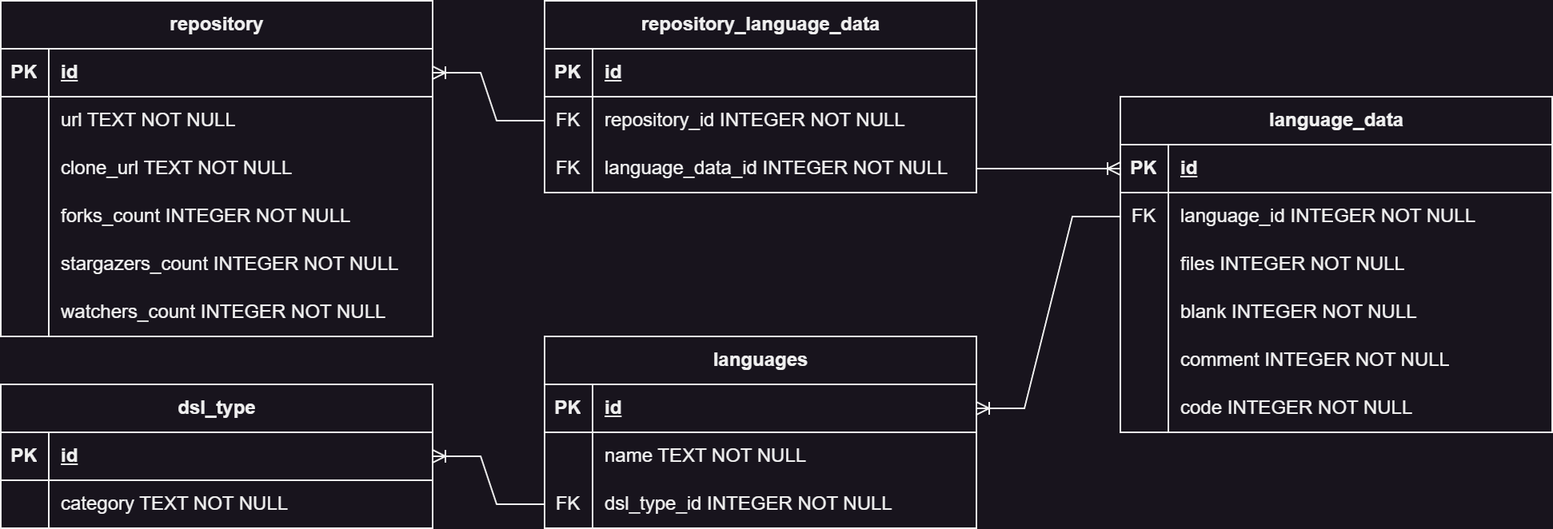
Above: connector/db_schema/db.png in aVorotnikov/dsl_analyzer (draw.io), before the change. Source tidied: cells renumbered, new cells last; positions are measured from the earlier drawing's top-left corner, leaving out a move shared by most shapes.
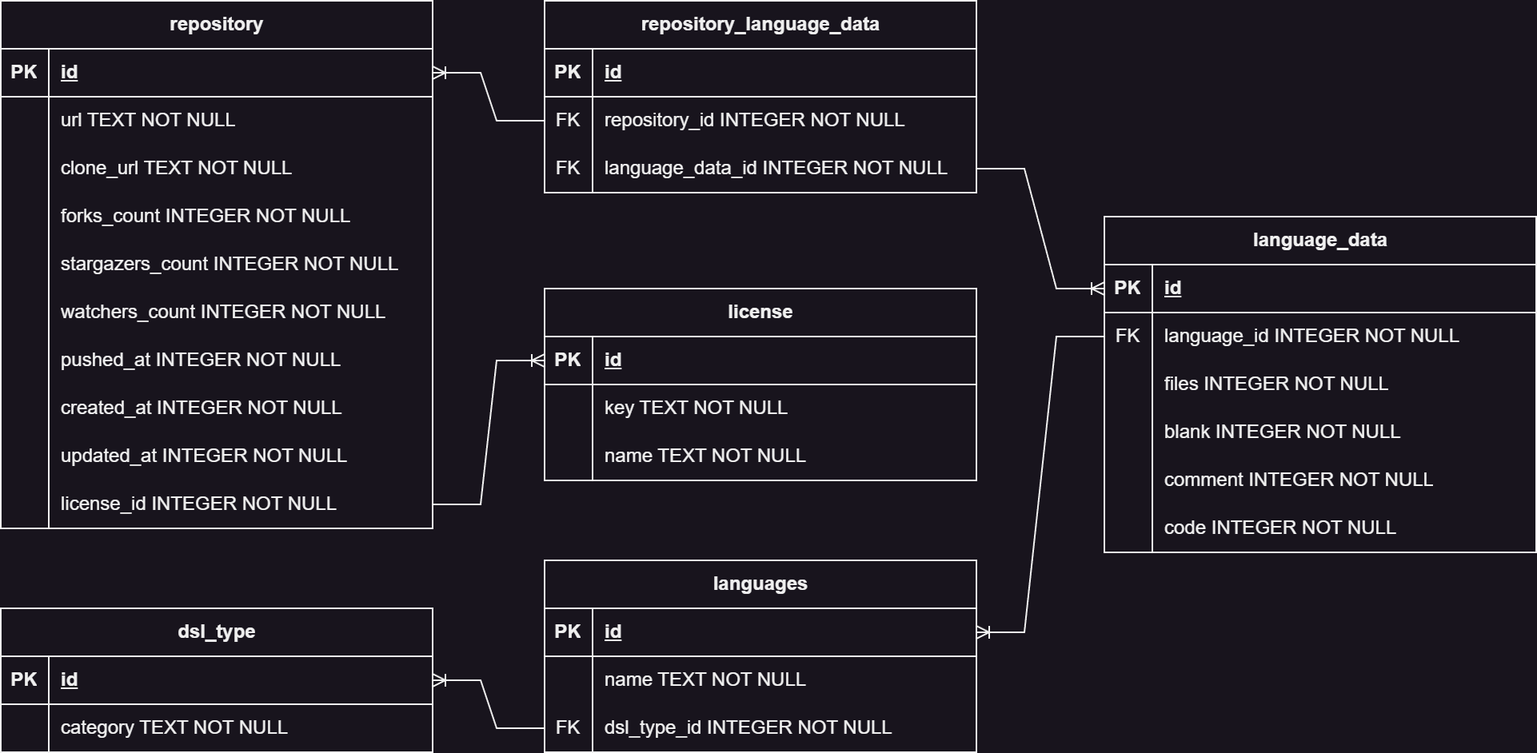
The same file after the commit.

Change to the diagram source:
```diff
@@ -3,7 +3,7 @@
     <mxCell id="0" />
     <mxCell id="1" parent="0" />
     <mxCell id="2" value="dsl_type" style="shape=table;startSize=30;rowLines=0;fontStyle=1;align=center;html=1;" parent="1" vertex="1">
-      <mxGeometry y="240" width="270" height="90" as="geometry" />
+      <mxGeometry y="380" width="270" height="90" as="geometry" />
     </mxCell>
     <mxCell id="3" style="shape=tableRow;horizontal=0;startSize=0;swimlaneHead=0;swimlaneBody=0;fillColor=none;points=[[0,0.5],[1,0.5]];portConstraint=eastwest;top=0;left=0;right=0;bottom=1;" parent="2" vertex="1">
       <mxGeometry y="30" width="270" height="30" as="geometry" />
@@ -24,7 +24,7 @@
       <mxGeometry x="30" width="240" height="30" as="geometry" />
     </mxCell>
     <mxCell id="9" value="languages" style="shape=table;startSize=30;rowLines=0;fontStyle=1;align=center;html=1;" parent="1" vertex="1">
-      <mxGeometry x="340" y="210" width="270" height="120" as="geometry" />
+      <mxGeometry x="340" y="350" width="270" height="120" as="geometry" />
     </mxCell>
     <mxCell id="10" style="shape=tableRow;horizontal=0;startSize=0;swimlaneHead=0;swimlaneBody=0;fillColor=none;points=[[0,0.5],[1,0.5]];portConstraint=eastwest;top=0;left=0;right=0;bottom=1;" parent="9" vertex="1">
       <mxGeometry y="30" width="270" height="30" as="geometry" />
@@ -57,7 +57,7 @@
       <mxGeometry relative="1" as="geometry" />
     </mxCell>
     <mxCell id="20" value="language_data" style="shape=table;startSize=30;rowLines=0;fontStyle=1;align=center;html=1;" parent="1" vertex="1">
-      <mxGeometry x="700" y="60" width="270" height="210" as="geometry" />
+      <mxGeometry x="690" y="135" width="270" height="210" as="geometry" />
     </mxCell>
     <mxCell id="21" style="shape=tableRow;horizontal=0;startSize=0;swimlaneHead=0;swimlaneBody=0;fillColor=none;points=[[0,0.5],[1,0.5]];portConstraint=eastwest;top=0;left=0;right=0;bottom=1;" parent="20" vertex="1">
       <mxGeometry y="30" width="270" height="30" as="geometry" />
@@ -122,7 +122,7 @@
       </mxGeometry>
     </mxCell>
     <mxCell id="40" value="repository" style="shape=table;startSize=30;rowLines=0;fontStyle=1;align=center;html=1;" parent="1" vertex="1">
-      <mxGeometry width="270" height="210" as="geometry" />
+      <mxGeometry width="270" height="330" as="geometry" />
     </mxCell>
     <mxCell id="41" style="shape=tableRow;horizontal=0;startSize=0;swimlaneHead=0;swimlaneBody=0;fillColor=none;points=[[0,0.5],[1,0.5]];portConstraint=eastwest;top=0;left=0;right=0;bottom=1;" parent="40" vertex="1">
       <mxGeometry y="30" width="270" height="30" as="geometry" />
@@ -178,6 +178,42 @@
     <mxCell id="58" value="watchers_count INTEGER NOT NULL" style="shape=partialRectangle;fillColor=none;top=0;left=0;bottom=0;right=0;align=left;spacingLeft=6;overflow=hidden;whiteSpace=wrap;html=1;" parent="56" vertex="1">
       <mxGeometry x="30" width="240" height="30" as="geometry" />
     </mxCell>
+    <mxCell id="71" style="shape=tableRow;horizontal=0;startSize=0;swimlaneHead=0;swimlaneBody=0;fillColor=none;top=0;left=0;right=0;bottom=0;" parent="40" vertex="1">
+      <mxGeometry y="210" width="270" height="30" as="geometry" />
+    </mxCell>
+    <mxCell id="72" style="shape=partialRectangle;fillColor=none;top=0;left=0;bottom=0;right=0;overflow=hidden;whiteSpace=wrap;html=1;" parent="71" vertex="1">
+      <mxGeometry width="30" height="30" as="geometry" />
+    </mxCell>
+    <mxCell id="73" value="pushed_at INTEGER NOT NULL" style="shape=partialRectangle;fillColor=none;top=0;left=0;bottom=0;right=0;align=left;spacingLeft=6;overflow=hidden;whiteSpace=wrap;html=1;" parent="71" vertex="1">
+      <mxGeometry x="30" width="240" height="30" as="geometry" />
+    </mxCell>
+    <mxCell id="74" style="shape=tableRow;horizontal=0;startSize=0;swimlaneHead=0;swimlaneBody=0;fillColor=none;top=0;left=0;right=0;bottom=0;" parent="40" vertex="1">
+      <mxGeometry y="240" width="270" height="30" as="geometry" />
+    </mxCell>
+    <mxCell id="75" style="shape=partialRectangle;fillColor=none;top=0;left=0;bottom=0;right=0;overflow=hidden;whiteSpace=wrap;html=1;" parent="74" vertex="1">
+      <mxGeometry width="30" height="30" as="geometry" />
+    </mxCell>
+    <mxCell id="76" value="created_at INTEGER NOT NULL" style="shape=partialRectangle;fillColor=none;top=0;left=0;bottom=0;right=0;align=left;spacingLeft=6;overflow=hidden;whiteSpace=wrap;html=1;" parent="74" vertex="1">
+      <mxGeometry x="30" width="240" height="30" as="geometry" />
+    </mxCell>
+    <mxCell id="77" style="shape=tableRow;horizontal=0;startSize=0;swimlaneHead=0;swimlaneBody=0;fillColor=none;top=0;left=0;right=0;bottom=0;" parent="40" vertex="1">
+      <mxGeometry y="270" width="270" height="30" as="geometry" />
+    </mxCell>
+    <mxCell id="78" style="shape=partialRectangle;fillColor=none;top=0;left=0;bottom=0;right=0;overflow=hidden;whiteSpace=wrap;html=1;" parent="77" vertex="1">
+      <mxGeometry width="30" height="30" as="geometry" />
+    </mxCell>
+    <mxCell id="79" value="updated_at INTEGER NOT NULL" style="shape=partialRectangle;fillColor=none;top=0;left=0;bottom=0;right=0;align=left;spacingLeft=6;overflow=hidden;whiteSpace=wrap;html=1;" parent="77" vertex="1">
+      <mxGeometry x="30" width="240" height="30" as="geometry" />
+    </mxCell>
+    <mxCell id="80" style="shape=tableRow;horizontal=0;startSize=0;swimlaneHead=0;swimlaneBody=0;fillColor=none;points=[[0,0.5],[1,0.5]];portConstraint=eastwest;top=0;left=0;right=0;bottom=0;" parent="40" vertex="1">
+      <mxGeometry y="300" width="270" height="30" as="geometry" />
+    </mxCell>
+    <mxCell id="81" style="shape=partialRectangle;fillColor=none;top=0;left=0;bottom=0;right=0;overflow=hidden;whiteSpace=wrap;html=1;" parent="80" vertex="1">
+      <mxGeometry width="30" height="30" as="geometry" />
+    </mxCell>
+    <mxCell id="82" value="license_id INTEGER NOT NULL" style="shape=partialRectangle;fillColor=none;top=0;left=0;bottom=0;right=0;align=left;spacingLeft=6;overflow=hidden;whiteSpace=wrap;html=1;" parent="80" vertex="1">
+      <mxGeometry x="30" width="240" height="30" as="geometry" />
+    </mxCell>
     <mxCell id="59" value="repository_language_data" style="shape=table;startSize=30;rowLines=0;fontStyle=1;align=center;html=1;" parent="1" vertex="1">
       <mxGeometry x="340" width="270" height="120" as="geometry" />
     </mxCell>
@@ -219,5 +255,38 @@
         </Array>
       </mxGeometry>
     </mxCell>
+    <mxCell id="83" value="license" style="shape=table;startSize=30;rowLines=0;fontStyle=1;align=center;html=1;" parent="1" vertex="1">
+      <mxGeometry x="340" y="180" width="270" height="120" as="geometry" />
+    </mxCell>
+    <mxCell id="84" style="shape=tableRow;horizontal=0;startSize=0;swimlaneHead=0;swimlaneBody=0;fillColor=none;points=[[0,0.5],[1,0.5]];portConstraint=eastwest;top=0;left=0;right=0;bottom=1;" parent="83" vertex="1">
+      <mxGeometry y="30" width="270" height="30" as="geometry" />
+    </mxCell>
+    <mxCell id="85" value="PK" style="shape=partialRectangle;fillColor=none;top=0;left=0;bottom=0;right=0;fontStyle=1;overflow=hidden;whiteSpace=wrap;html=1;" parent="84" vertex="1">
+      <mxGeometry width="30" height="30" as="geometry" />
+    </mxCell>
+    <mxCell id="86" value="id" style="shape=partialRectangle;fillColor=none;top=0;left=0;bottom=0;right=0;align=left;spacingLeft=6;fontStyle=5;overflow=hidden;whiteSpace=wrap;html=1;" parent="84" vertex="1">
+      <mxGeometry x="30" width="240" height="30" as="geometry" />
+    </mxCell>
+    <mxCell id="87" style="shape=tableRow;horizontal=0;startSize=0;swimlaneHead=0;swimlaneBody=0;fillColor=none;top=0;left=0;right=0;bottom=0;" parent="83" vertex="1">
+      <mxGeometry y="60" width="270" height="30" as="geometry" />
+    </mxCell>
+    <mxCell id="88" style="shape=partialRectangle;fillColor=none;top=0;left=0;bottom=0;right=0;overflow=hidden;whiteSpace=wrap;html=1;" parent="87" vertex="1">
+      <mxGeometry width="30" height="30" as="geometry" />
+    </mxCell>
+    <mxCell id="89" value="key TEXT NOT NULL" style="shape=partialRectangle;fillColor=none;top=0;left=0;bottom=0;right=0;align=left;spacingLeft=6;overflow=hidden;whiteSpace=wrap;html=1;" parent="87" vertex="1">
+      <mxGeometry x="30" width="240" height="30" as="geometry" />
+    </mxCell>
+    <mxCell id="90" style="shape=tableRow;horizontal=0;startSize=0;swimlaneHead=0;swimlaneBody=0;fillColor=none;top=0;left=0;right=0;bottom=0;" parent="83" vertex="1">
+      <mxGeometry y="90" width="270" height="30" as="geometry" />
+    </mxCell>
+    <mxCell id="91" style="shape=partialRectangle;fillColor=none;top=0;left=0;bottom=0;right=0;overflow=hidden;whiteSpace=wrap;html=1;" parent="90" vertex="1">
+      <mxGeometry width="30" height="30" as="geometry" />
+    </mxCell>
+    <mxCell id="92" value="name TEXT NOT NULL" style="shape=partialRectangle;fillColor=none;top=0;left=0;bottom=0;right=0;align=left;spacingLeft=6;overflow=hidden;whiteSpace=wrap;html=1;" parent="90" vertex="1">
+      <mxGeometry x="30" width="240" height="30" as="geometry" />
+    </mxCell>
+    <mxCell id="93" style="edgeStyle=entityRelationEdgeStyle;fontSize=12;html=1;endArrow=ERoneToMany;rounded=0;exitX=1;exitY=0.5;exitDx=0;exitDy=0;entryX=0;entryY=0.5;entryDx=0;entryDy=0;" parent="1" edge="1" source="80" target="84">
+      <mxGeometry relative="1" as="geometry" />
+    </mxCell>
   </root>
 </mxGraphModel>
```
